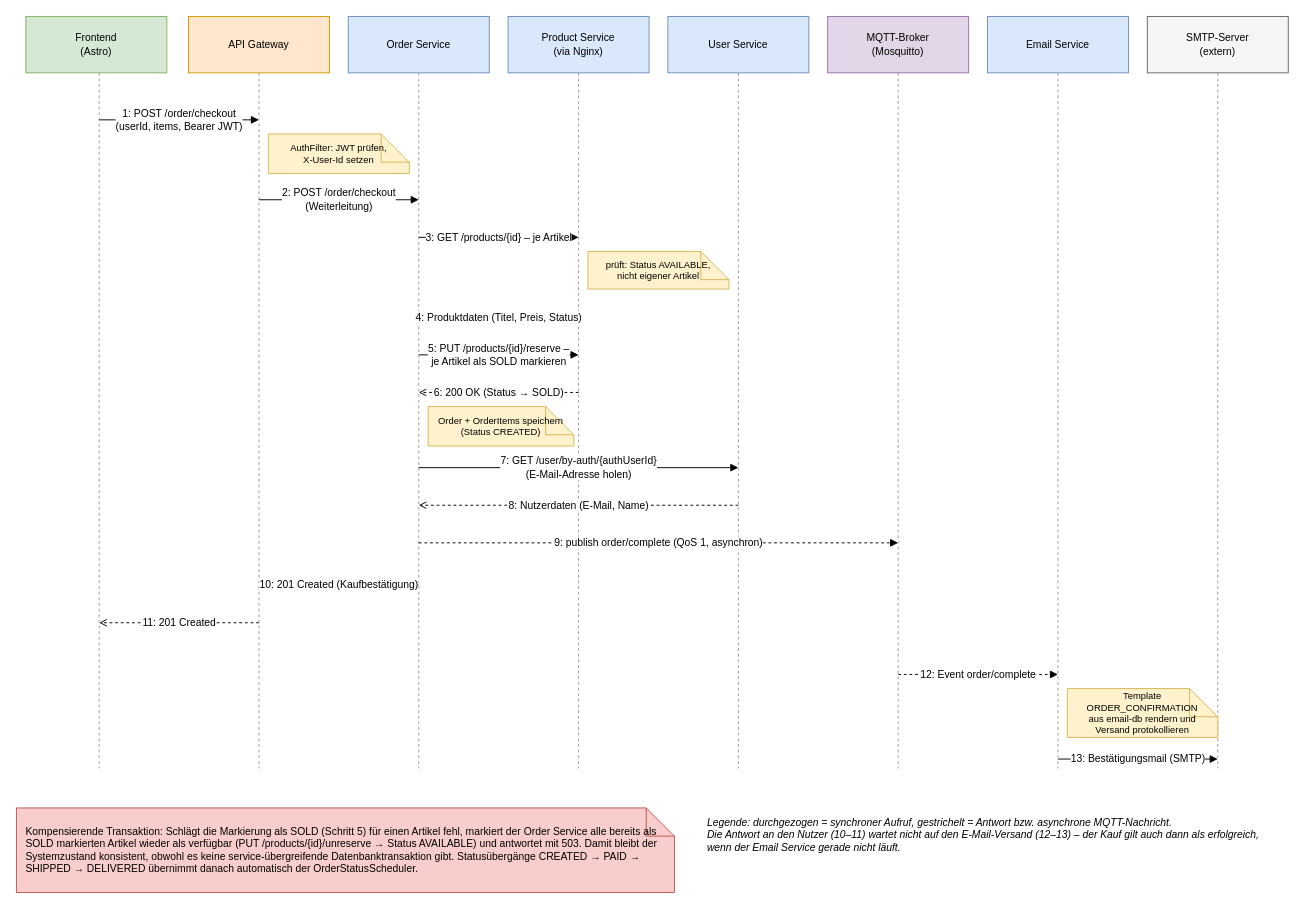
Before: arc42/diagramme/03-sequenz-checkout.drawio in noah-preyer/SS26_Software_Architektur_Ebay2, a draw.io diagram. Source tidied: cells renumbered, new cells numbered last; positions are measured from the earlier drawing's top-left corner, leaving out a move shared by most shapes. Both pictures are drawn from the tidied source at 94%, with x=0, y=0 at pixel (16, 16).
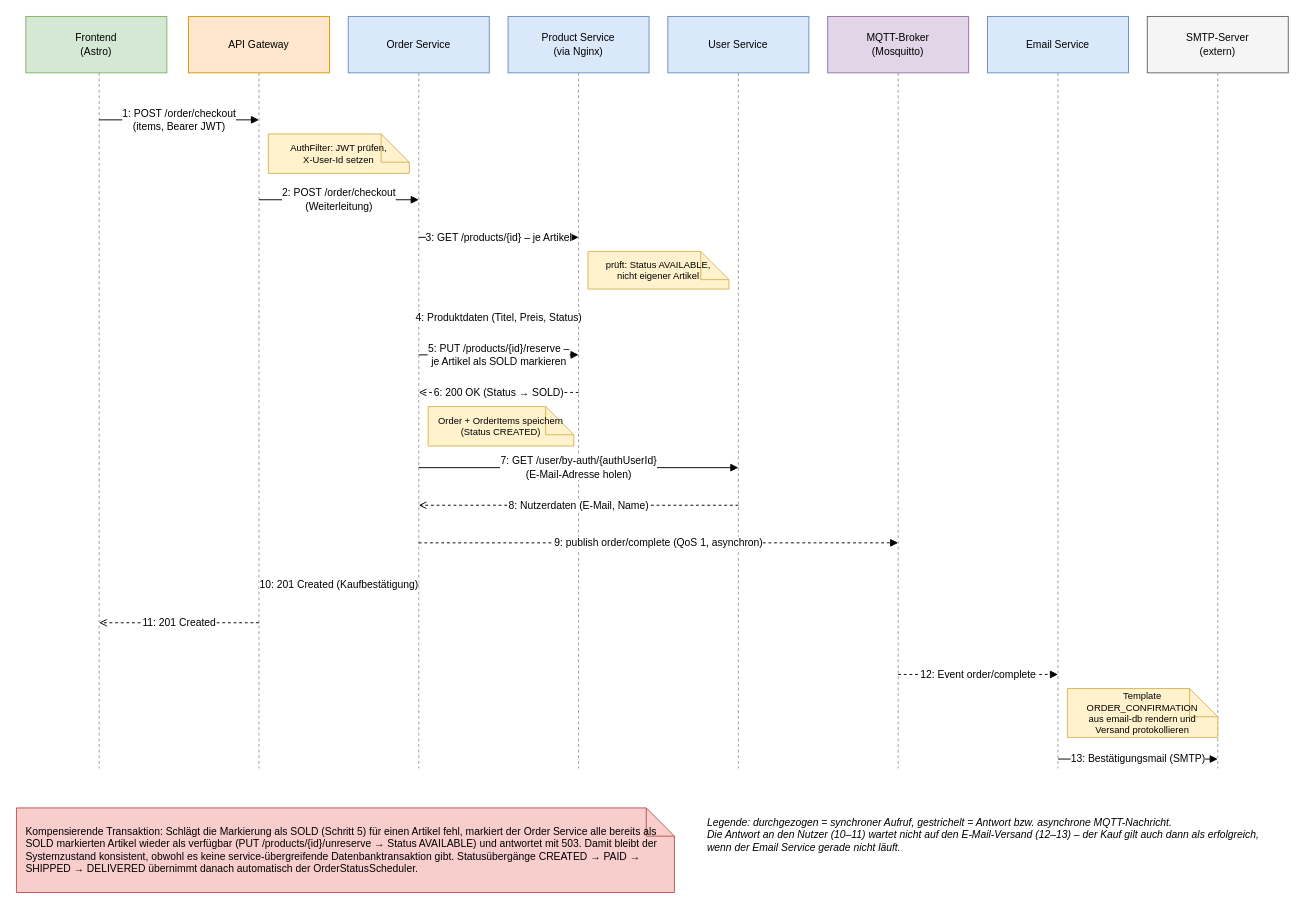
The same page after the edit.

Diff of the diagram source:
```diff
@@
-    <mxCell id="18" value="1: POST /order/checkout&#10;(userId, items, Bearer JWT)" style="html=1;endArrow=block;" parent="1" edge="1">
+    <mxCell id="18" value="1: POST /order/checkout&lt;br&gt;(items, Bearer JWT)" style="html=1;endArrow=block;" parent="1" edge="1">
       <mxGeometry relative="1" as="geometry">
         <mxPoint x="88" y="110" as="sourcePoint" />
         <mxPoint x="258" y="110" as="targetPoint" />
       </mxGeometry>
     </mxCell>
```
